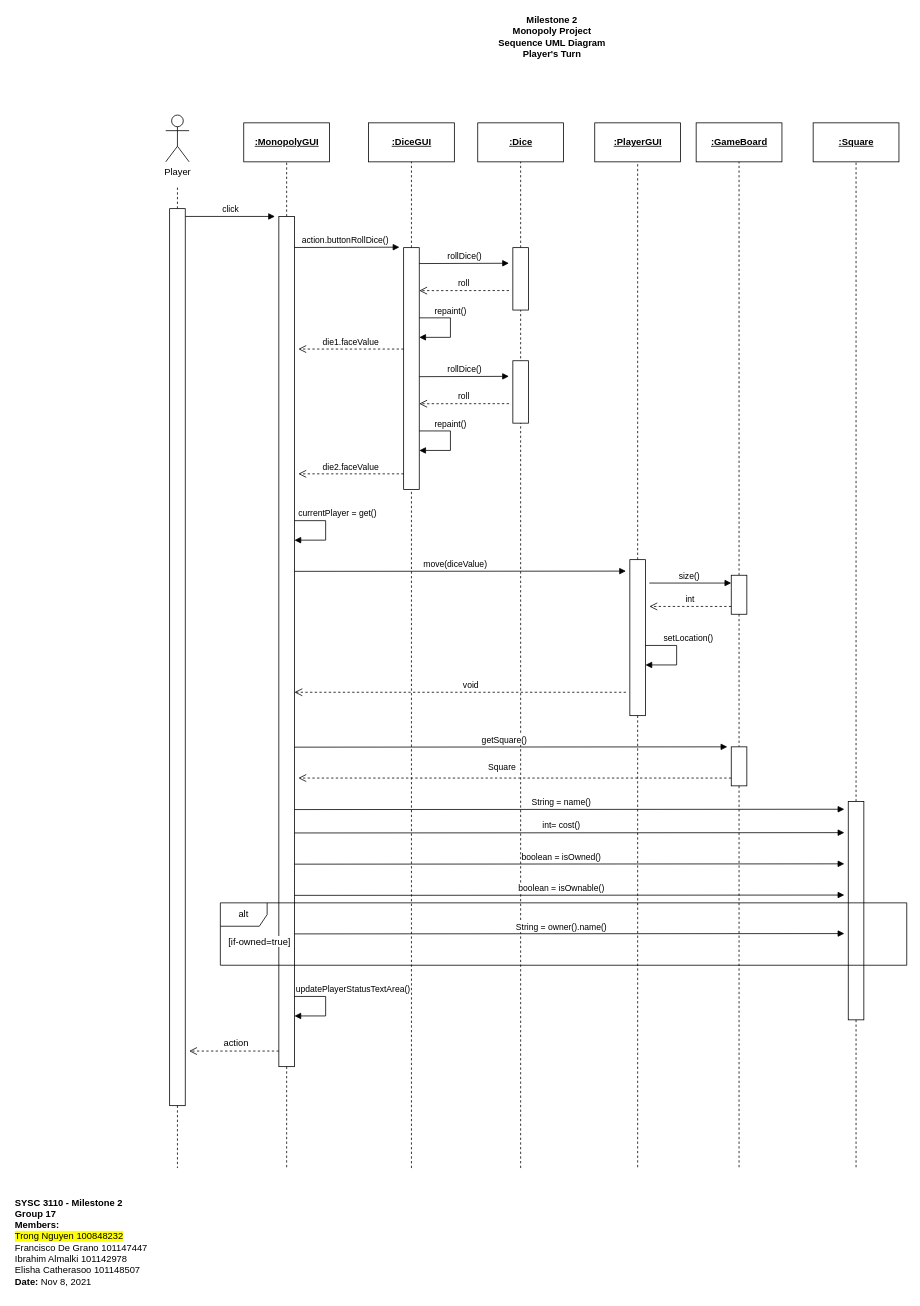
Before: page "SequenceUML_4" (5 of 5) of M3_ClassUML.drawio in trong0dn/monopoly, a draw.io diagram. Source tidied: cells renumbered, new cells numbered last; positions are measured from the earlier drawing's top-left corner, leaving out a move shared by most shapes. Both pictures are drawn from the tidied source at 78%, with x=0, y=0 at pixel (13, 13).
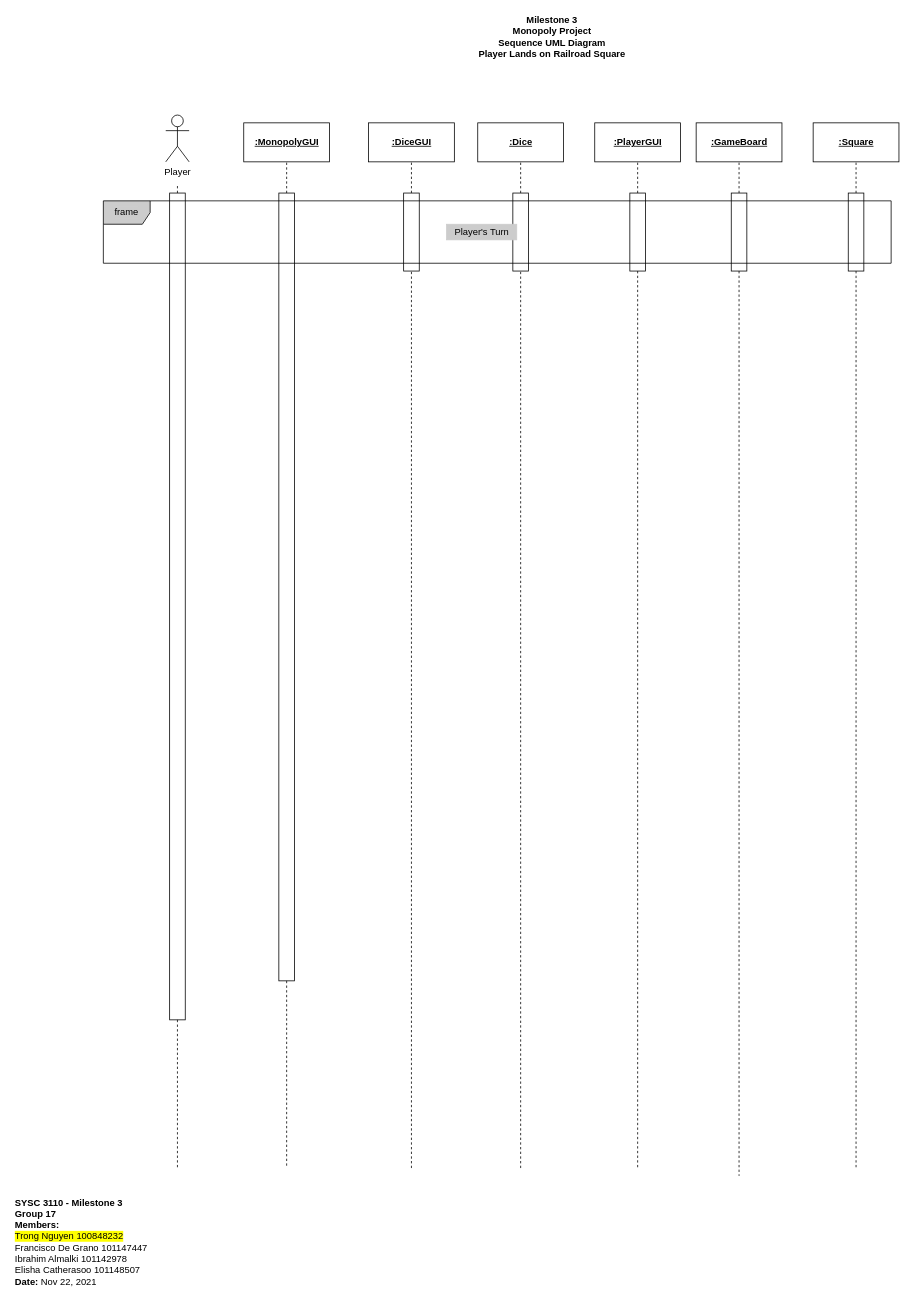
The same page after the edit.

The edit, as a diff of the source:
```diff
@@
-    <mxCell id="2" value="&lt;b&gt;Milestone 2&lt;br&gt;Monopoly Project&lt;br&gt;Sequence UML Diagram&lt;br&gt;Player's Turn&lt;br&gt;&lt;/b&gt;" style="text;html=1;align=center;verticalAlign=middle;strokeColor=none;fillColor=none;" parent="1" vertex="1">
-      <mxGeometry x="615" width="150" height="60" as="geometry" />
+    <mxCell id="2" value="&lt;b&gt;Milestone 3&lt;/b&gt;&lt;br&gt;&lt;b&gt;Monopoly Project&lt;/b&gt;&lt;br&gt;&lt;b&gt;Sequence UML Diagram&lt;/b&gt;&lt;br&gt;&lt;b&gt;Player Lands on Railroad Square&lt;/b&gt;" style="text;html=1;align=center;verticalAlign=middle;strokeColor=none;fillColor=none;" parent="1" vertex="1">
+      <mxGeometry x="590" width="200" height="60" as="geometry" />
     </mxCell>
-    <mxCell id="3" value="&lt;b&gt;SYSC 3110 - Milestone 2&lt;/b&gt;&lt;br&gt;&lt;b&gt;Group 17&lt;/b&gt;&lt;br&gt;&lt;b&gt;Members:&lt;/b&gt;&lt;br&gt;&lt;span style=&quot;background-color: rgb(255 , 255 , 0)&quot;&gt;Trong Nguyen 100848232 &lt;/span&gt;&lt;br&gt;Francisco De Grano 101147447 &lt;br&gt;Ibrahim Almalki 101142978 &lt;br&gt;Elisha Catherasoo 101148507&lt;br&gt;&lt;b&gt;Date: &lt;/b&gt;Nov 8, 2021" style="text;html=1;strokeColor=none;fillColor=none;align=left;verticalAlign=middle;whiteSpace=wrap;rounded=0;" parent="1" vertex="1">
+    <mxCell id="3" value="&lt;b&gt;SYSC 3110 - Milestone 3&lt;/b&gt;&lt;br&gt;&lt;b&gt;Group 17&lt;/b&gt;&lt;br&gt;&lt;b&gt;Members:&lt;/b&gt;&lt;br&gt;&lt;span style=&quot;background-color: rgb(255 , 255 , 0)&quot;&gt;Trong Nguyen 100848232 &lt;/span&gt;&lt;br&gt;Francisco De Grano 101147447 &lt;br&gt;Ibrahim Almalki 101142978 &lt;br&gt;Elisha Catherasoo 101148507&lt;br&gt;&lt;b&gt;Date: &lt;/b&gt;Nov 22, 2021" style="text;html=1;strokeColor=none;fillColor=none;align=left;verticalAlign=middle;whiteSpace=wrap;rounded=0;" parent="1" vertex="1">
       <mxGeometry y="1510" width="200" height="130" as="geometry" />
     </mxCell>
@@
-    <mxCell id="6" value="click" style="html=1;verticalAlign=bottom;endArrow=block;rounded=0;" parent="1" edge="1">
-      <mxGeometry relative="1" as="geometry">
-        <mxPoint x="220" y="260" as="sourcePoint" />
-        <mxPoint x="335" y="260" as="targetPoint" />
-      </mxGeometry>
-    </mxCell>
@@
     <mxCell id="9" style="rounded=0;whiteSpace=wrap;html=1;align=left;" parent="1" vertex="1">
-      <mxGeometry x="340" y="260" width="20" height="1090" as="geometry" />
+      <mxGeometry x="340" y="230" width="20" height="1010" as="geometry" />
     </mxCell>
-    <mxCell id="10" value="action.buttonRollDice()" style="html=1;verticalAlign=bottom;endArrow=block;rounded=0;entryX=-0.019;entryY=0.227;entryDx=0;entryDy=0;entryPerimeter=0;" parent="1" edge="1">
-      <mxGeometry x="-0.03" relative="1" as="geometry">
-        <mxPoint x="360" y="299.8" as="sourcePoint" />
-        <mxPoint x="494.6" y="299.4" as="targetPoint" />
-      </mxGeometry>
-    </mxCell>
@@
     <mxCell id="13" style="rounded=0;whiteSpace=wrap;html=1;align=left;" parent="1" vertex="1">
-      <mxGeometry x="500" y="300" width="20" height="310" as="geometry" />
+      <mxGeometry x="500" y="230" width="20" height="100" as="geometry" />
     </mxCell>
@@
     <mxCell id="16" style="rounded=0;whiteSpace=wrap;html=1;align=left;" parent="1" vertex="1">
-      <mxGeometry x="640" y="300" width="20" height="80" as="geometry" />
+      <mxGeometry x="640" y="230" width="20" height="100" as="geometry" />
     </mxCell>
@@
     <mxCell id="19" style="rounded=0;whiteSpace=wrap;html=1;align=left;" parent="1" vertex="1">
-      <mxGeometry x="790" y="700" width="20" height="200" as="geometry" />
+      <mxGeometry x="790" y="230" width="20" height="100" as="geometry" />
     </mxCell>
-    <mxCell id="20" value="rollDice()" style="html=1;verticalAlign=bottom;endArrow=block;rounded=0;" parent="1" edge="1">
-      <mxGeometry relative="1" as="geometry">
-        <mxPoint x="520" y="320.4" as="sourcePoint" />
-        <mxPoint x="635" y="320" as="targetPoint" />
-      </mxGeometry>
-    </mxCell>
-    <mxCell id="21" value="roll" style="html=1;verticalAlign=bottom;endArrow=open;dashed=1;endSize=8;rounded=0;" parent="1" edge="1">
-      <mxGeometry relative="1" as="geometry">
-        <mxPoint x="635" y="355" as="sourcePoint" />
-        <mxPoint x="520" y="355.1" as="targetPoint" />
-      </mxGeometry>
-    </mxCell>
@@
-    <mxCell id="23" value="repaint()" style="html=1;verticalAlign=bottom;endArrow=block;rounded=0;" parent="1" edge="1">
-      <mxGeometry x="-0.24" relative="1" as="geometry">
-        <mxPoint x="520" y="390" as="sourcePoint" />
-        <mxPoint x="520" y="415" as="targetPoint" />
-        <Array as="points">
-          <mxPoint x="560" y="390" />
-          <mxPoint x="560" y="415" />
-        </Array>
-      </mxGeometry>
-    </mxCell>
-    <mxCell id="24" value="die1.faceValue" style="html=1;verticalAlign=bottom;endArrow=open;dashed=1;endSize=8;rounded=0;" parent="1" edge="1">
-      <mxGeometry relative="1" as="geometry">
-        <mxPoint x="500" y="430" as="sourcePoint" />
-        <mxPoint x="365" y="430" as="targetPoint" />
-      </mxGeometry>
-    </mxCell>
@@
-    <mxCell id="26" value="currentPlayer = get()" style="html=1;verticalAlign=bottom;endArrow=block;rounded=0;" parent="1" edge="1">
-      <mxGeometry x="-0.24" y="15" relative="1" as="geometry">
-        <mxPoint x="360" y="650" as="sourcePoint" />
-        <mxPoint x="360" y="675" as="targetPoint" />
-        <Array as="points">
-          <mxPoint x="400" y="650" />
-          <mxPoint x="400" y="675" />
-        </Array>
-      </mxGeometry>
-    </mxCell>
-    <mxCell id="27" value="move(diceValue)" style="html=1;verticalAlign=bottom;endArrow=block;rounded=0;" parent="1" edge="1">
-      <mxGeometry x="-0.03" relative="1" as="geometry">
-        <mxPoint x="360" y="715" as="sourcePoint" />
-        <mxPoint x="785" y="714.7" as="targetPoint" />
-      </mxGeometry>
-    </mxCell>
-    <mxCell id="28" style="rounded=0;whiteSpace=wrap;html=1;align=left;" parent="1" vertex="1">
-      <mxGeometry x="640" y="445" width="20" height="80" as="geometry" />
-    </mxCell>
-    <mxCell id="29" value="rollDice()" style="html=1;verticalAlign=bottom;endArrow=block;rounded=0;" parent="1" edge="1">
-      <mxGeometry relative="1" as="geometry">
-        <mxPoint x="520" y="465.4" as="sourcePoint" />
-        <mxPoint x="635" y="465" as="targetPoint" />
-      </mxGeometry>
-    </mxCell>
-    <mxCell id="30" value="roll" style="html=1;verticalAlign=bottom;endArrow=open;dashed=1;endSize=8;rounded=0;" parent="1" edge="1">
-      <mxGeometry relative="1" as="geometry">
-        <mxPoint x="635" y="500" as="sourcePoint" />
-        <mxPoint x="520" y="500.1" as="targetPoint" />
-      </mxGeometry>
-    </mxCell>
-    <mxCell id="31" value="repaint()" style="html=1;verticalAlign=bottom;endArrow=block;rounded=0;" parent="1" edge="1">
-      <mxGeometry x="-0.24" relative="1" as="geometry">
-        <mxPoint x="520" y="535" as="sourcePoint" />
-        <mxPoint x="520" y="560" as="targetPoint" />
-        <Array as="points">
-          <mxPoint x="560" y="535" />
-          <mxPoint x="560" y="560" />
-        </Array>
-      </mxGeometry>
-    </mxCell>
-    <mxCell id="32" value="die2.faceValue" style="html=1;verticalAlign=bottom;endArrow=open;dashed=1;endSize=8;rounded=0;" parent="1" edge="1">
-      <mxGeometry relative="1" as="geometry">
-        <mxPoint x="500" y="590" as="sourcePoint" />
-        <mxPoint x="365" y="590" as="targetPoint" />
-      </mxGeometry>
-    </mxCell>
@@
     <mxCell id="35" style="rounded=0;whiteSpace=wrap;html=1;align=left;" parent="1" vertex="1">
-      <mxGeometry x="920" y="720" width="20" height="50" as="geometry" />
+      <mxGeometry x="920" y="230" width="20" height="100" as="geometry" />
     </mxCell>
-    <mxCell id="36" style="endArrow=none;dashed=1;html=1;rounded=0;" parent="1" edge="1" source="35" target="48">
-      <mxGeometry relative="1" as="geometry" />
+    <mxCell id="36" style="endArrow=none;dashed=1;html=1;rounded=0;" parent="1" edge="1" source="35">
+      <mxGeometry relative="1" as="geometry">
+        <mxPoint x="930" y="1490" as="targetPoint" />
+      </mxGeometry>
     </mxCell>
-    <mxCell id="37" value="size()" style="html=1;verticalAlign=bottom;endArrow=block;rounded=0;" parent="1" edge="1">
-      <mxGeometry x="-0.03" relative="1" as="geometry">
-        <mxPoint x="815" y="730" as="sourcePoint" />
-        <mxPoint x="920" y="730" as="targetPoint" />
-      </mxGeometry>
-    </mxCell>
-    <mxCell id="38" value="int" style="html=1;verticalAlign=bottom;endArrow=open;dashed=1;endSize=8;rounded=0;" parent="1" edge="1">
-      <mxGeometry relative="1" as="geometry">
-        <mxPoint x="920" y="760" as="sourcePoint" />
-        <mxPoint x="815" y="760" as="targetPoint" />
-      </mxGeometry>
-    </mxCell>
-    <mxCell id="39" style="html=1;verticalAlign=bottom;endArrow=open;dashed=1;endSize=8;rounded=0;" parent="1" edge="1">
-      <mxGeometry relative="1" as="geometry">
-        <mxPoint x="785" y="870" as="sourcePoint" />
-        <mxPoint x="360" y="870" as="targetPoint" />
-      </mxGeometry>
-    </mxCell>
-    <mxCell id="40" value="void" style="edgeLabel;html=1;align=center;verticalAlign=middle;" parent="39" vertex="1">
-      <mxGeometry x="-0.06" y="-3" relative="1" as="geometry">
-        <mxPoint y="-7" as="offset" />
-      </mxGeometry>
-    </mxCell>
-    <mxCell id="41" value="updatePlayerStatusTextArea()" style="html=1;verticalAlign=bottom;endArrow=block;rounded=0;" parent="1" edge="1">
-      <mxGeometry x="-0.24" y="35" relative="1" as="geometry">
-        <mxPoint x="360" y="1260" as="sourcePoint" />
-        <mxPoint x="360" y="1285" as="targetPoint" />
-        <Array as="points">
-          <mxPoint x="400" y="1260" />
-          <mxPoint x="400" y="1285" />
-        </Array>
-      </mxGeometry>
-    </mxCell>
@@
     <mxCell id="46" style="rounded=0;whiteSpace=wrap;html=1;align=left;" parent="1" vertex="1">
-      <mxGeometry x="1070" y="1010" width="20" height="280" as="geometry" />
+      <mxGeometry x="1070" y="230" width="20" height="100" as="geometry" />
     </mxCell>
@@
-    <mxCell id="48" style="rounded=0;whiteSpace=wrap;html=1;align=left;" parent="1" vertex="1">
-      <mxGeometry x="920" y="940" width="20" height="50" as="geometry" />
-    </mxCell>
-    <mxCell id="49" value="getSquare()" style="html=1;verticalAlign=bottom;endArrow=block;rounded=0;" parent="1" edge="1">
-      <mxGeometry x="-0.03" relative="1" as="geometry">
-        <mxPoint x="360" y="940.4" as="sourcePoint" />
-        <mxPoint x="915" y="940" as="targetPoint" />
-      </mxGeometry>
-    </mxCell>
-    <mxCell id="50" style="endArrow=none;dashed=1;html=1;rounded=0;" parent="1" edge="1" source="48">
-      <mxGeometry relative="1" as="geometry">
-        <mxPoint x="930" y="1480" as="targetPoint" />
-      </mxGeometry>
-    </mxCell>
-    <mxCell id="51" style="html=1;verticalAlign=bottom;endArrow=open;dashed=1;endSize=8;rounded=0;" parent="1" edge="1">
-      <mxGeometry relative="1" as="geometry">
-        <mxPoint x="920" y="980" as="sourcePoint" />
-        <mxPoint x="365" y="980" as="targetPoint" />
-      </mxGeometry>
-    </mxCell>
-    <mxCell id="52" value="Square" style="edgeLabel;html=1;align=center;verticalAlign=middle;" parent="51" vertex="1">
-      <mxGeometry x="-0.06" y="-3" relative="1" as="geometry">
-        <mxPoint x="-34" y="-12" as="offset" />
-      </mxGeometry>
-    </mxCell>
-    <mxCell id="53" value="String = name()" style="html=1;verticalAlign=bottom;endArrow=block;rounded=0;" parent="1" edge="1">
-      <mxGeometry x="-0.03" relative="1" as="geometry">
-        <mxPoint x="360" y="1020.4" as="sourcePoint" />
-        <mxPoint x="1065" y="1020" as="targetPoint" />
-      </mxGeometry>
-    </mxCell>
-    <mxCell id="54" value="int= cost()" style="html=1;verticalAlign=bottom;endArrow=block;rounded=0;" parent="1" edge="1">
-      <mxGeometry x="-0.03" relative="1" as="geometry">
-        <mxPoint x="360" y="1050.4" as="sourcePoint" />
-        <mxPoint x="1065" y="1050" as="targetPoint" />
-      </mxGeometry>
-    </mxCell>
-    <mxCell id="55" value="boolean = isOwned()" style="html=1;verticalAlign=bottom;endArrow=block;rounded=0;" parent="1" edge="1">
-      <mxGeometry x="-0.03" relative="1" as="geometry">
-        <mxPoint x="360" y="1090.4" as="sourcePoint" />
-        <mxPoint x="1065" y="1090" as="targetPoint" />
-      </mxGeometry>
-    </mxCell>
-    <mxCell id="56" value="boolean = isOwnable()" style="html=1;verticalAlign=bottom;endArrow=block;rounded=0;" parent="1" edge="1">
-      <mxGeometry x="-0.03" relative="1" as="geometry">
-        <mxPoint x="360" y="1130.4" as="sourcePoint" />
-        <mxPoint x="1065" y="1130" as="targetPoint" />
-      </mxGeometry>
-    </mxCell>
-    <mxCell id="57" value="alt" style="shape=umlFrame;whiteSpace=wrap;html=1;" parent="1" vertex="1">
-      <mxGeometry x="265" y="1140" width="880" height="80" as="geometry" />
-    </mxCell>
-    <mxCell id="58" value="&lt;span style=&quot;background-color: rgb(255 , 255 , 255)&quot;&gt;[if-owned=true]&lt;/span&gt;" style="text;html=1;align=center;verticalAlign=middle;strokeColor=none;fillColor=none;" parent="1" vertex="1">
-      <mxGeometry x="265" y="1180" width="100" height="20" as="geometry" />
-    </mxCell>
-    <mxCell id="59" value="String = owner().name()" style="html=1;verticalAlign=bottom;endArrow=block;rounded=0;" parent="1" edge="1">
-      <mxGeometry x="-0.03" relative="1" as="geometry">
-        <mxPoint x="360" y="1179.8" as="sourcePoint" />
-        <mxPoint x="1065" y="1179.4" as="targetPoint" />
-      </mxGeometry>
-    </mxCell>
     <mxCell id="60" style="rounded=0;whiteSpace=wrap;html=1;align=left;" parent="1" vertex="1">
-      <mxGeometry x="200" y="250" width="20" height="1150" as="geometry" />
+      <mxGeometry x="200" y="230" width="20" height="1060" as="geometry" />
     </mxCell>
@@
-    <mxCell id="62" value="setLocation()" style="html=1;verticalAlign=bottom;endArrow=block;rounded=0;" parent="1" edge="1">
-      <mxGeometry x="-0.24" y="15" relative="1" as="geometry">
-        <mxPoint x="810" y="810" as="sourcePoint" />
-        <mxPoint x="810" y="835" as="targetPoint" />
-        <Array as="points">
-          <mxPoint x="850" y="810" />
-          <mxPoint x="850" y="835" />
-        </Array>
-      </mxGeometry>
-    </mxCell>
-    <mxCell id="63" style="html=1;verticalAlign=bottom;endArrow=open;dashed=1;endSize=8;rounded=0;" parent="1" edge="1">
-      <mxGeometry relative="1" as="geometry">
-        <mxPoint x="340" y="1330" as="sourcePoint" />
-        <mxPoint x="225" y="1330" as="targetPoint" />
-      </mxGeometry>
-    </mxCell>
-    <mxCell id="64" value="action" style="text;html=1;align=center;verticalAlign=middle;strokeColor=none;fillColor=none;" parent="1" vertex="1">
-      <mxGeometry x="260" y="1310" width="50" height="20" as="geometry" />
-    </mxCell>
+    <mxCell id="65" value="frame" style="shape=umlFrame;whiteSpace=wrap;html=1;labelBackgroundColor=#CCCCCC;strokeColor=#000000;fillColor=#CCCCCC;" parent="1" vertex="1">
+      <mxGeometry x="115" y="240" width="1010" height="80" as="geometry" />
+    </mxCell>
+    <mxCell id="66" value="Player's Turn" style="text;html=1;align=center;verticalAlign=middle;strokeColor=#CCCCCC;fillColor=#CCCCCC;" parent="1" vertex="1">
+      <mxGeometry x="555" y="270" width="90" height="20" as="geometry" />
+    </mxCell>
```
